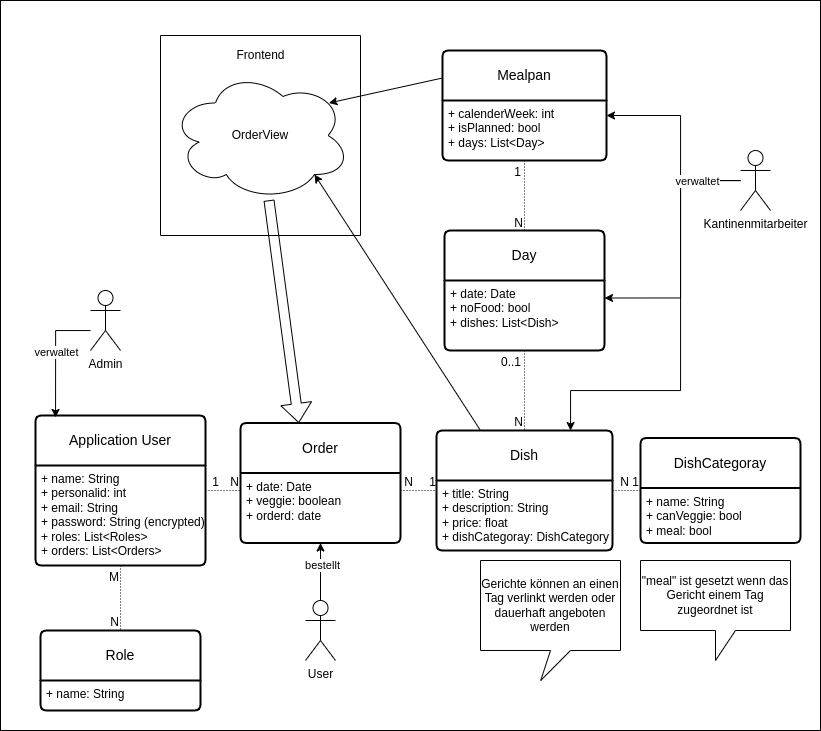
This is docs/resources/Database.png from Golo300/Kantinerado, a draw.io export, as it was before one commit. Source tidied: cells renumbered, new cells last; positions are measured from the earlier drawing's top-left corner, leaving out a move shared by most shapes.
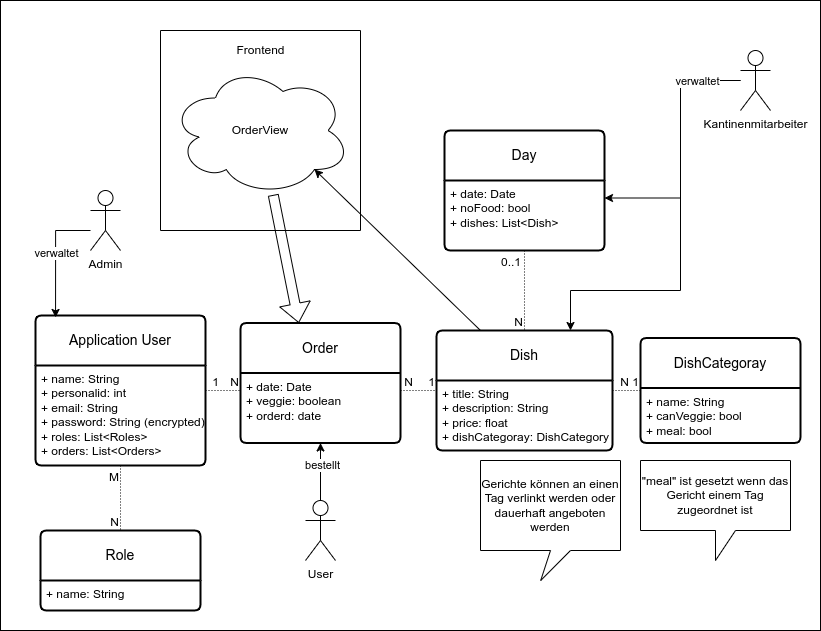
Above is the later version.

The edit, as a diff of the source:
```diff
@@ -3,7 +3,7 @@
     <mxCell id="0" />
     <mxCell id="1" parent="0" />
     <mxCell id="2" style="rounded=0;whiteSpace=wrap;html=1;" parent="1" vertex="1">
-      <mxGeometry width="820" height="730" as="geometry" />
+      <mxGeometry y="100" width="820" height="630" as="geometry" />
     </mxCell>
     <mxCell id="3" value="Application User" style="swimlane;horizontal=1;startSize=50;rounded=1;fontSize=14;fontStyle=0;strokeWidth=2;shadow=0;dashed=0;align=center;arcSize=4;whiteSpace=wrap;html=1;" parent="1" vertex="1">
       <mxGeometry x="35" y="415" width="170" height="150" as="geometry" />
@@ -17,24 +17,12 @@
     <mxCell id="6" value="+ name: String" style="align=left;strokeColor=none;fillColor=none;spacingLeft=4;fontSize=12;verticalAlign=top;html=1;" parent="5" vertex="1">
       <mxGeometry y="50" width="160" height="30" as="geometry" />
     </mxCell>
-    <mxCell id="7" value="Mealpan" style="swimlane;horizontal=1;startSize=50;rounded=1;fontSize=14;fontStyle=0;strokeWidth=2;shadow=0;dashed=0;align=center;arcSize=4;whiteSpace=wrap;html=1;" parent="1" vertex="1">
-      <mxGeometry x="442" y="50" width="164" height="110" as="geometry" />
-    </mxCell>
-    <mxCell id="8" value="+ calenderWeek: int&lt;br&gt;+ isPlanned: bool&lt;br&gt;+ days: List&amp;lt;Day&amp;gt;" style="align=left;strokeColor=none;fillColor=none;spacingLeft=4;fontSize=12;verticalAlign=top;html=1;" parent="7" vertex="1">
-      <mxGeometry y="50" width="164" height="60" as="geometry" />
-    </mxCell>
     <mxCell id="9" value="Day" style="swimlane;horizontal=1;startSize=50;rounded=1;fontSize=14;fontStyle=0;strokeWidth=2;shadow=0;dashed=0;align=center;arcSize=4;whiteSpace=wrap;html=1;" parent="1" vertex="1">
       <mxGeometry x="444" y="230" width="160" height="120" as="geometry" />
     </mxCell>
     <mxCell id="10" value="+ date: Date&lt;br&gt;+ noFood: bool&lt;br&gt;+ dishes: List&amp;lt;Dish&amp;gt;" style="align=left;strokeColor=none;fillColor=none;spacingLeft=4;fontSize=12;verticalAlign=top;html=1;" parent="9" vertex="1">
       <mxGeometry y="50" width="160" height="70" as="geometry" />
     </mxCell>
-    <mxCell id="11" style="endArrow=none;html=1;rounded=0;dashed=1;dashPattern=1 2;exitX=0.5;exitY=1;exitDx=0;exitDy=0;entryX=0.5;entryY=0;entryDx=0;entryDy=0;" parent="1" edge="1" source="8" target="9">
-      <mxGeometry relative="1" as="geometry" />
-    </mxCell>
-    <mxCell id="12" value="N" style="html=1;whiteSpace=wrap;align=right;verticalAlign=bottom;" parent="11" vertex="1">
-      <mxGeometry x="1" relative="1" as="geometry" />
-    </mxCell>
     <mxCell id="13" value="Dish" style="swimlane;horizontal=1;startSize=50;rounded=1;fontSize=14;fontStyle=0;strokeWidth=2;shadow=0;dashed=0;align=center;arcSize=4;whiteSpace=wrap;html=1;" parent="1" vertex="1">
       <mxGeometry x="436" y="430" width="176" height="120" as="geometry" />
     </mxCell>
@@ -92,21 +80,18 @@
       <mxGeometry x="640" y="560" width="150" height="100" as="geometry" />
     </mxCell>
     <mxCell id="31" value="OrderView" style="ellipse;shape=cloud;whiteSpace=wrap;html=1;align=center;" parent="1" vertex="1">
-      <mxGeometry x="170" y="70" width="180" height="130" as="geometry" />
+      <mxGeometry x="170" y="165" width="180" height="130" as="geometry" />
     </mxCell>
     <mxCell id="32" style="endArrow=classic;html=1;rounded=0;entryX=0.8;entryY=0.8;entryDx=0;entryDy=0;entryPerimeter=0;exitX=0.25;exitY=0;exitDx=0;exitDy=0;" parent="1" edge="1" source="13" target="31">
       <mxGeometry relative="1" as="geometry" />
     </mxCell>
-    <mxCell id="33" style="endArrow=classic;html=1;rounded=0;entryX=0.88;entryY=0.25;entryDx=0;entryDy=0;entryPerimeter=0;exitX=0;exitY=0.25;exitDx=0;exitDy=0;" parent="1" edge="1" source="7" target="31">
-      <mxGeometry relative="1" as="geometry" />
-    </mxCell>
     <mxCell id="34" style="shape=flexArrow;endArrow=classic;html=1;rounded=0;" parent="1" edge="1" source="31">
       <mxGeometry relative="1" as="geometry">
         <mxPoint x="298.3" y="422.5" as="targetPoint" />
       </mxGeometry>
     </mxCell>
     <mxCell id="35" style="swimlane;startSize=0;" parent="1" vertex="1">
-      <mxGeometry x="160" y="35" width="200" height="200" as="geometry" />
+      <mxGeometry x="160" y="130" width="200" height="200" as="geometry" />
     </mxCell>
     <mxCell id="36" value="Frontend" style="text;html=1;align=center;verticalAlign=middle;strokeColor=none;fillColor=none;" parent="35" vertex="1">
       <mxGeometry x="65" y="5" width="70" height="30" as="geometry" />
@@ -126,9 +111,6 @@
     <mxCell id="41" value="0..1" style="html=1;whiteSpace=wrap;align=right;verticalAlign=bottom;" parent="1" vertex="1">
       <mxGeometry x="522" y="370" as="geometry" />
     </mxCell>
-    <mxCell id="42" value="1" style="html=1;whiteSpace=wrap;align=right;verticalAlign=bottom;" parent="1" vertex="1">
-      <mxGeometry x="522" y="180" as="geometry" />
-    </mxCell>
     <mxCell id="43" value="Admin" style="shape=umlActor;verticalLabelPosition=bottom;verticalAlign=top;html=1;outlineConnect=0;" parent="1" vertex="1">
       <mxGeometry x="90" y="290" width="30" height="60" as="geometry" />
     </mxCell>
@@ -151,14 +133,6 @@
     <mxCell id="48" value="User" style="shape=umlActor;verticalLabelPosition=bottom;verticalAlign=top;html=1;outlineConnect=0;" parent="1" vertex="1">
       <mxGeometry x="305" y="600" width="30" height="60" as="geometry" />
     </mxCell>
-    <mxCell id="49" style="edgeStyle=orthogonalEdgeStyle;rounded=0;jettySize=auto;html=1;entryX=1;entryY=0.25;entryDx=0;entryDy=0;" parent="1" edge="1" source="53" target="8">
-      <mxGeometry relative="1" as="geometry">
-        <Array as="points">
-          <mxPoint x="680" y="180" />
-          <mxPoint x="680" y="115" />
-        </Array>
-      </mxGeometry>
-    </mxCell>
     <mxCell id="50" style="edgeStyle=orthogonalEdgeStyle;rounded=0;jettySize=auto;html=1;entryX=1;entryY=0.25;entryDx=0;entryDy=0;" parent="1" edge="1" source="53" target="10">
       <mxGeometry relative="1" as="geometry">
         <Array as="points">
```
